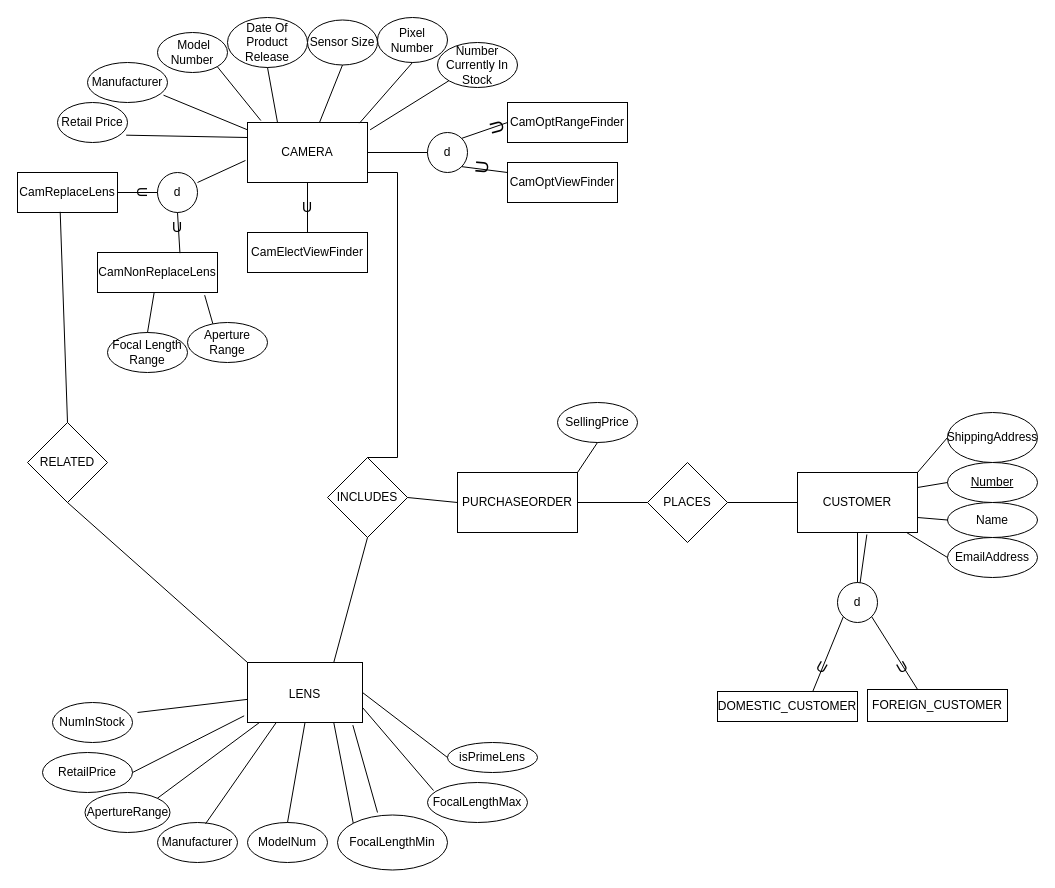
Before: 3421q1.drawio in DylanBriSmith/DylanBriSmith, a draw.io diagram. Source tidied: cells renumbered, new cells numbered last; positions are measured from the earlier drawing's top-left corner, leaving out a move shared by most shapes. Both pictures are drawn from the tidied source at 100%, with x=0, y=0 at pixel (17, 17).
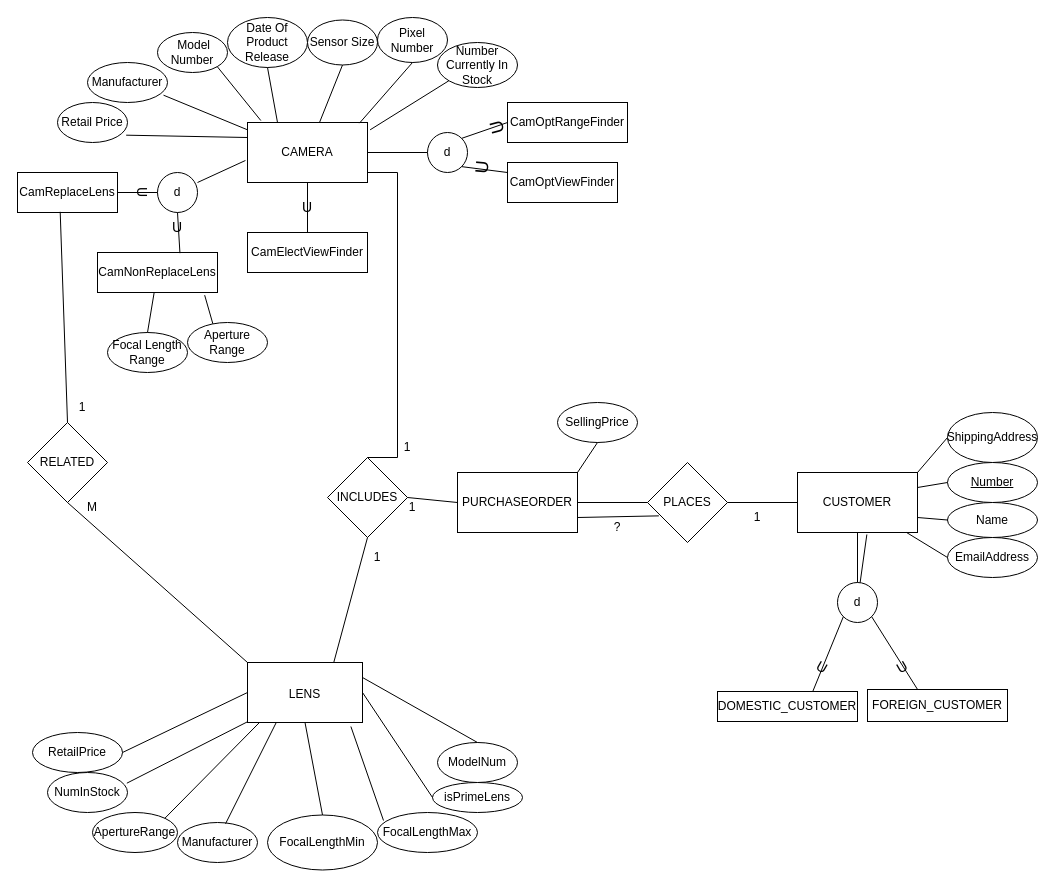
After the change.

The change refers to these unchanged cells:
```xml
<mxCell id="41" value="&lt;span style=&quot;font-size: 12px;&quot;&gt;LENS&lt;/span&gt;" style="rounded=0;whiteSpace=wrap;html=1;fontSize=18;" parent="1" vertex="1">
  <mxGeometry x="230" y="645" width="115" height="60" as="geometry" />
</mxCell>
<mxCell id="69" value="PURCHASEORDER" style="rounded=0;whiteSpace=wrap;html=1;fontSize=12;" parent="1" vertex="1">
  <mxGeometry x="440" y="455" width="120" height="60" as="geometry" />
</mxCell>
<mxCell id="80" value="PLACES" style="rhombus;whiteSpace=wrap;html=1;fontSize=12;" parent="1" vertex="1">
  <mxGeometry x="630" y="445" width="80" height="80" as="geometry" />
</mxCell>
```

Change to the diagram source:
```diff
@@
     <mxCell id="42" value="Manufacturer" style="ellipse;whiteSpace=wrap;html=1;fontSize=12;" parent="1" vertex="1">
-      <mxGeometry x="140" y="805" width="80" height="40" as="geometry" />
+      <mxGeometry x="160" y="805" width="80" height="40" as="geometry" />
     </mxCell>
     <mxCell id="43" value="ModelNum" style="ellipse;whiteSpace=wrap;html=1;fontSize=12;" parent="1" vertex="1">
-      <mxGeometry x="230" y="805" width="80" height="40" as="geometry" />
+      <mxGeometry x="420" y="725" width="80" height="40" as="geometry" />
     </mxCell>
     <mxCell id="44" value="FocalLengthMin" style="ellipse;whiteSpace=wrap;html=1;fontSize=12;" parent="1" vertex="1">
-      <mxGeometry x="320" y="797.5" width="110" height="55" as="geometry" />
+      <mxGeometry x="250" y="797.5" width="110" height="55" as="geometry" />
     </mxCell>
     <mxCell id="45" value="ApertureRange" style="ellipse;whiteSpace=wrap;html=1;fontSize=12;" parent="1" vertex="1">
-      <mxGeometry x="67.5" y="775" width="85" height="40" as="geometry" />
+      <mxGeometry x="75" y="795" width="85" height="40" as="geometry" />
     </mxCell>
     <mxCell id="46" value="RetailPrice" style="ellipse;whiteSpace=wrap;html=1;fontSize=12;" parent="1" vertex="1">
-      <mxGeometry x="25" y="735" width="90" height="40" as="geometry" />
+      <mxGeometry x="15" y="715" width="90" height="40" as="geometry" />
     </mxCell>
     <mxCell id="47" value="NumInStock" style="ellipse;whiteSpace=wrap;html=1;fontSize=12;" parent="1" vertex="1">
-      <mxGeometry x="35" y="685" width="80" height="40" as="geometry" />
+      <mxGeometry x="30" y="755" width="80" height="40" as="geometry" />
     </mxCell>
-    <mxCell id="48" style="endArrow=none;html=1;rounded=0;fontSize=12;" parent="1" edge="1" target="41">
-      <mxGeometry relative="1" as="geometry">
-        <mxPoint x="120" y="695" as="sourcePoint" />
-      </mxGeometry>
+    <mxCell id="48" style="endArrow=none;html=1;rounded=0;fontSize=12;exitX=0.992;exitY=0.267;exitDx=0;exitDy=0;exitPerimeter=0;" parent="1" edge="1" source="47" target="41">
+      <mxGeometry relative="1" as="geometry" />
     </mxCell>
-    <mxCell id="49" style="endArrow=none;html=1;rounded=0;fontSize=12;entryX=-0.029;entryY=0.889;entryDx=0;entryDy=0;entryPerimeter=0;exitX=1;exitY=0.5;exitDx=0;exitDy=0;" parent="1" edge="1" source="46" target="41">
+    <mxCell id="49" style="endArrow=none;html=1;rounded=0;fontSize=12;entryX=0;entryY=0.5;entryDx=0;entryDy=0;exitX=1;exitY=0.5;exitDx=0;exitDy=0;" parent="1" edge="1" source="46" target="41">
       <mxGeometry relative="1" as="geometry" />
     </mxCell>
@@
-    <mxCell id="52" style="endArrow=none;html=1;rounded=0;fontSize=12;entryX=0.5;entryY=1;entryDx=0;entryDy=0;exitX=0.5;exitY=0;exitDx=0;exitDy=0;" parent="1" edge="1" source="43" target="41">
+    <mxCell id="52" style="endArrow=none;html=1;rounded=0;fontSize=12;entryX=1;entryY=0.25;entryDx=0;entryDy=0;exitX=0.5;exitY=0;exitDx=0;exitDy=0;" parent="1" edge="1" source="43" target="41">
       <mxGeometry relative="1" as="geometry" />
     </mxCell>
-    <mxCell id="53" style="endArrow=none;html=1;rounded=0;fontSize=12;entryX=0.75;entryY=1;entryDx=0;entryDy=0;exitX=0;exitY=0;exitDx=0;exitDy=0;" parent="1" edge="1" source="44" target="41">
+    <mxCell id="53" style="endArrow=none;html=1;rounded=0;fontSize=12;entryX=0.5;entryY=1;entryDx=0;entryDy=0;exitX=0.5;exitY=0;exitDx=0;exitDy=0;" parent="1" edge="1" source="44" target="41">
       <mxGeometry relative="1" as="geometry" />
     </mxCell>
     <mxCell id="54" value="FocalLengthMax" style="ellipse;whiteSpace=wrap;html=1;fontSize=12;" parent="1" vertex="1">
-      <mxGeometry x="410" y="765" width="100" height="40" as="geometry" />
+      <mxGeometry x="360" y="795" width="100" height="40" as="geometry" />
     </mxCell>
     <mxCell id="55" value="isPrimeLens" style="ellipse;whiteSpace=wrap;html=1;fontSize=12;" parent="1" vertex="1">
-      <mxGeometry x="430" y="725" width="90" height="30" as="geometry" />
+      <mxGeometry x="415" y="765" width="90" height="30" as="geometry" />
     </mxCell>
-    <mxCell id="56" style="endArrow=none;html=1;rounded=0;fontSize=12;entryX=0.916;entryY=1.044;entryDx=0;entryDy=0;entryPerimeter=0;" parent="1" edge="1" target="41">
-      <mxGeometry relative="1" as="geometry">
-        <mxPoint x="360" y="795" as="sourcePoint" />
-      </mxGeometry>
-    </mxCell>
-    <mxCell id="57" style="endArrow=none;html=1;rounded=0;fontSize=12;entryX=1;entryY=0.75;entryDx=0;entryDy=0;exitX=0.06;exitY=0.2;exitDx=0;exitDy=0;exitPerimeter=0;" parent="1" edge="1" source="54" target="41">
+    <mxCell id="57" style="endArrow=none;html=1;rounded=0;fontSize=12;entryX=0.899;entryY=1.067;entryDx=0;entryDy=0;exitX=0.06;exitY=0.2;exitDx=0;exitDy=0;exitPerimeter=0;entryPerimeter=0;" parent="1" edge="1" source="54" target="41">
       <mxGeometry relative="1" as="geometry" />
     </mxCell>
@@
+    <mxCell id="90" style="endArrow=none;html=1;rounded=0;fontSize=12;exitX=1;exitY=0.75;exitDx=0;exitDy=0;entryX=0.142;entryY=0.667;entryDx=0;entryDy=0;entryPerimeter=0;" parent="1" edge="1" source="69" target="80">
+      <mxGeometry relative="1" as="geometry" />
+    </mxCell>
+    <mxCell id="91" value="M" style="text;html=1;strokeColor=none;fillColor=none;align=center;verticalAlign=middle;whiteSpace=wrap;rounded=0;fontSize=12;" parent="1" vertex="1">
+      <mxGeometry x="45" y="475" width="60" height="30" as="geometry" />
+    </mxCell>
+    <mxCell id="92" value="1" style="text;html=1;strokeColor=none;fillColor=none;align=center;verticalAlign=middle;whiteSpace=wrap;rounded=0;fontSize=12;" parent="1" vertex="1">
+      <mxGeometry x="35" y="375" width="60" height="30" as="geometry" />
+    </mxCell>
+    <mxCell id="93" value="1" style="text;html=1;strokeColor=none;fillColor=none;align=center;verticalAlign=middle;whiteSpace=wrap;rounded=0;fontSize=12;" parent="1" vertex="1">
+      <mxGeometry x="710" y="485" width="60" height="30" as="geometry" />
+    </mxCell>
+    <mxCell id="94" value="1" style="text;html=1;strokeColor=none;fillColor=none;align=center;verticalAlign=middle;whiteSpace=wrap;rounded=0;fontSize=12;" parent="1" vertex="1">
+      <mxGeometry x="360" y="415" width="60" height="30" as="geometry" />
+    </mxCell>
+    <mxCell id="95" value="1" style="text;html=1;strokeColor=none;fillColor=none;align=center;verticalAlign=middle;whiteSpace=wrap;rounded=0;fontSize=12;" parent="1" vertex="1">
+      <mxGeometry x="330" y="525" width="60" height="30" as="geometry" />
+    </mxCell>
+    <mxCell id="96" value="1" style="text;html=1;strokeColor=none;fillColor=none;align=center;verticalAlign=middle;whiteSpace=wrap;rounded=0;fontSize=12;" parent="1" vertex="1">
+      <mxGeometry x="365" y="475" width="60" height="30" as="geometry" />
+    </mxCell>
+    <mxCell id="97" value="?" style="text;html=1;strokeColor=none;fillColor=none;align=center;verticalAlign=middle;whiteSpace=wrap;rounded=0;fontSize=12;" parent="1" vertex="1">
+      <mxGeometry x="570" y="495" width="60" height="30" as="geometry" />
+    </mxCell>
```
